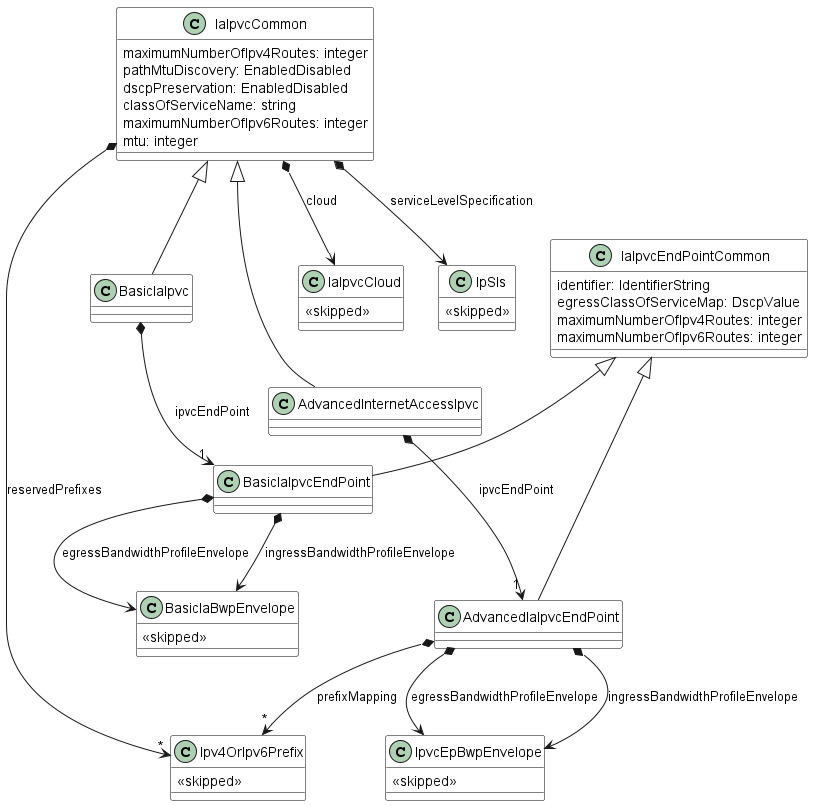
This is documentation/productSchema/ip/internetAccess/MEF 139 resources/media/IPVC.png from MEF-GIT/MEF-LSO-Sonata-SDK, a PlantUML export, as it was before one commit. Its diagram source:
```plantuml
@startuml

skinparam {
    ClassBackgroundColor White
    ClassBorderColor Black
}


class BasicIaIpvc {

}
IaIpvcCommon <|-- BasicIaIpvc

BasicIaIpvc *-->"1" BasicIaIpvcEndPoint : ipvcEndPoint


class BasicIaIpvcEndPoint {

}
IaIpvcEndPointCommon <|-- BasicIaIpvcEndPoint

BasicIaIpvcEndPoint *--> BasicIaBwpEnvelope : egressBandwidthProfileEnvelope
BasicIaIpvcEndPoint *--> BasicIaBwpEnvelope : ingressBandwidthProfileEnvelope

class AdvancedIaIpvcEndPoint {

}
IaIpvcEndPointCommon <|-- AdvancedIaIpvcEndPoint
BasicIaIpvcEndPoint <|-d[hidden]- AdvancedIaIpvcEndPoint
AdvancedIaIpvcEndPoint *-->"*" Ipv4OrIpv6Prefix : prefixMapping
AdvancedIaIpvcEndPoint *--> IpvcEpBwpEnvelope : egressBandwidthProfileEnvelope
AdvancedIaIpvcEndPoint *--> IpvcEpBwpEnvelope : ingressBandwidthProfileEnvelope

class AdvancedInternetAccessIpvc {

}
IaIpvcCommon <|-- AdvancedInternetAccessIpvc

AdvancedInternetAccessIpvc *-->"1" AdvancedIaIpvcEndPoint : ipvcEndPoint

class IaIpvcCommon {

    maximumNumberOfIpv4Routes: integer
    pathMtuDiscovery: EnabledDisabled
    dscpPreservation: EnabledDisabled
    classOfServiceName: string
    maximumNumberOfIpv6Routes: integer
    mtu: integer
}

IaIpvcCommon *--> IaIpvcCloud : cloud
IaIpvcCommon *--> IpSls : serviceLevelSpecification
IaIpvcCommon *-->"*" Ipv4OrIpv6Prefix : reservedPrefixes

class IaIpvcCloud {
  <<skipped>>
}

class IaIpvcEndPointCommon {
    identifier: IdentifierString
    egressClassOfServiceMap: DscpValue
    maximumNumberOfIpv4Routes: integer
    maximumNumberOfIpv6Routes: integer
}


class BasicIaBwpEnvelope {
<<skipped>>
}
class IpvcEpBwpEnvelope {
<<skipped>>
}



class IpSls {
  <<skipped>>
}
class Ipv4OrIpv6Prefix {
  <<skipped>>
}


@enduml
```
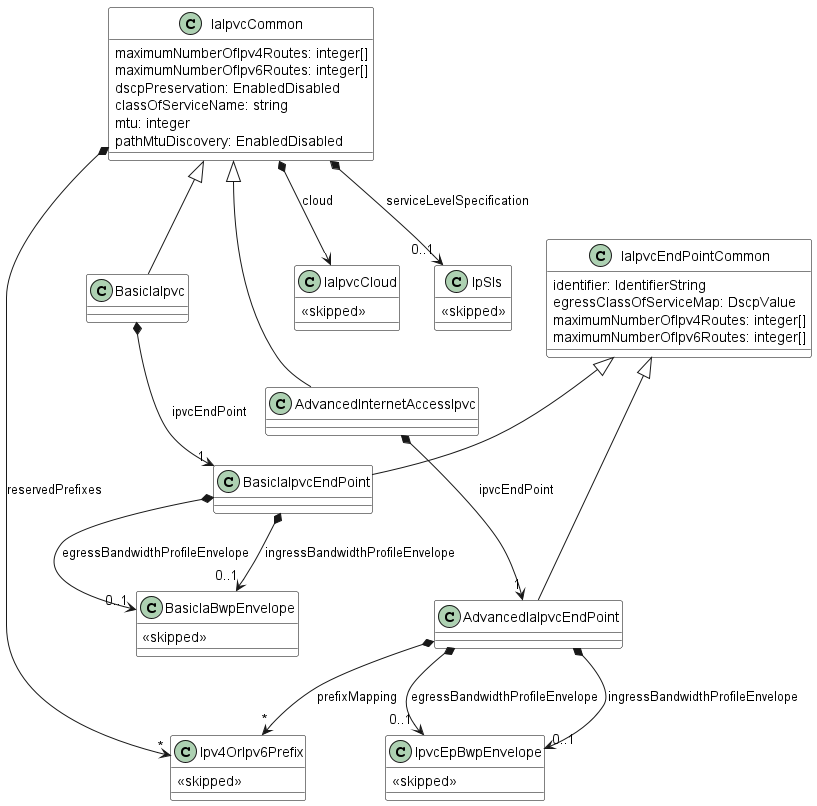
The same diagram one commit later.

Diff of the diagram source:
```diff
@@ -19,8 +19,8 @@
 }
 IaIpvcEndPointCommon <|-- BasicIaIpvcEndPoint
 
-BasicIaIpvcEndPoint *--> BasicIaBwpEnvelope : egressBandwidthProfileEnvelope
-BasicIaIpvcEndPoint *--> BasicIaBwpEnvelope : ingressBandwidthProfileEnvelope
+BasicIaIpvcEndPoint *-->"0..1"  BasicIaBwpEnvelope : egressBandwidthProfileEnvelope
+BasicIaIpvcEndPoint *-->"0..1" BasicIaBwpEnvelope : ingressBandwidthProfileEnvelope
 
 class AdvancedIaIpvcEndPoint {
 
@@ -28,8 +28,8 @@
 IaIpvcEndPointCommon <|-- AdvancedIaIpvcEndPoint
 BasicIaIpvcEndPoint <|-d[hidden]- AdvancedIaIpvcEndPoint
 AdvancedIaIpvcEndPoint *-->"*" Ipv4OrIpv6Prefix : prefixMapping
-AdvancedIaIpvcEndPoint *--> IpvcEpBwpEnvelope : egressBandwidthProfileEnvelope
-AdvancedIaIpvcEndPoint *--> IpvcEpBwpEnvelope : ingressBandwidthProfileEnvelope
+AdvancedIaIpvcEndPoint *-->"0..1"  IpvcEpBwpEnvelope : egressBandwidthProfileEnvelope
+AdvancedIaIpvcEndPoint *-->"0..1" IpvcEpBwpEnvelope : ingressBandwidthProfileEnvelope
 
 class AdvancedInternetAccessIpvc {
 
@@ -40,16 +40,16 @@
 
 class IaIpvcCommon {
 
-    maximumNumberOfIpv4Routes: integer
-    pathMtuDiscovery: EnabledDisabled
+    maximumNumberOfIpv4Routes: integer[]
+    maximumNumberOfIpv6Routes: integer[]
     dscpPreservation: EnabledDisabled
     classOfServiceName: string
-    maximumNumberOfIpv6Routes: integer
     mtu: integer
+    pathMtuDiscovery: EnabledDisabled
 }
 
 IaIpvcCommon *--> IaIpvcCloud : cloud
-IaIpvcCommon *--> IpSls : serviceLevelSpecification
+IaIpvcCommon *-->"0..1" IpSls : serviceLevelSpecification
 IaIpvcCommon *-->"*" Ipv4OrIpv6Prefix : reservedPrefixes
 
 class IaIpvcCloud {
@@ -59,8 +59,8 @@
 class IaIpvcEndPointCommon {
     identifier: IdentifierString
     egressClassOfServiceMap: DscpValue
-    maximumNumberOfIpv4Routes: integer
-    maximumNumberOfIpv6Routes: integer
+    maximumNumberOfIpv4Routes: integer[]
+    maximumNumberOfIpv6Routes: integer[]
 }
 
 
```
